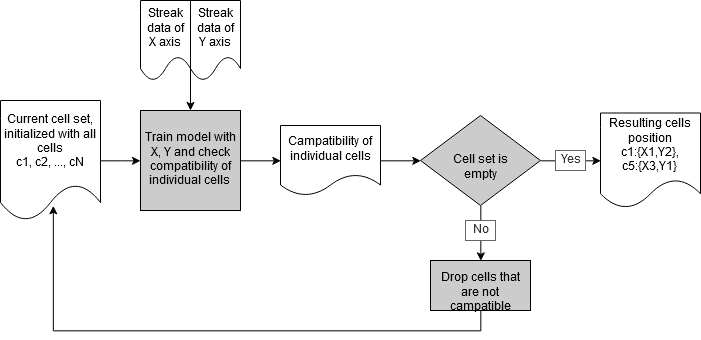
Above: docs/Spatial location Diagram.png in charliex210/charliex210.github.io (draw.io), before the change. Source tidied: cells renumbered, new cells last; positions are measured from the earlier drawing's top-left corner, leaving out a move shared by most shapes.
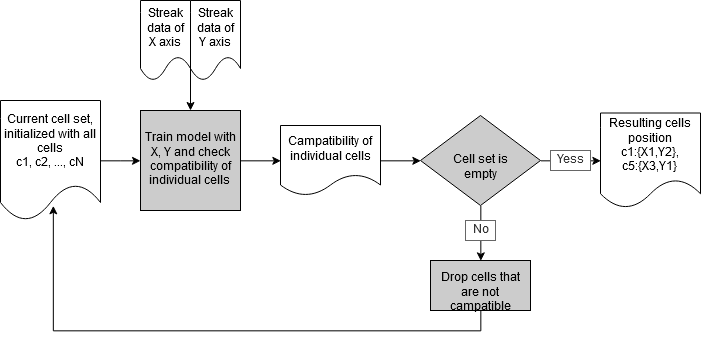
Above is the later version.

Change to the diagram source:
```diff
@@ -52,8 +52,8 @@
         <mxPoint x="190" y="58" as="sourcePoint" />
       </mxGeometry>
     </mxCell>
-    <mxCell id="18" value="Yes" style="text;html=1;align=center;verticalAlign=bottom;spacingTop=-4;fillColor=#FFFFFF;strokeColor=#666666;fontColor=#333333;" parent="1" vertex="1">
-      <mxGeometry x="555" y="150" width="30" height="20" as="geometry" />
+    <mxCell id="18" value="Yess" style="text;html=1;align=center;verticalAlign=bottom;spacingTop=-4;fillColor=#FFFFFF;strokeColor=#666666;fontColor=#333333;" parent="1" vertex="1">
+      <mxGeometry x="550" y="150" width="40" height="20" as="geometry" />
     </mxCell>
     <mxCell id="19" value="No" style="text;html=1;align=center;verticalAlign=bottom;spacingTop=-4;fillColor=#FFFFFF;strokeColor=#666666;fontColor=#333333;" parent="1" vertex="1">
       <mxGeometry x="465" y="220" width="30" height="20" as="geometry" />
```
